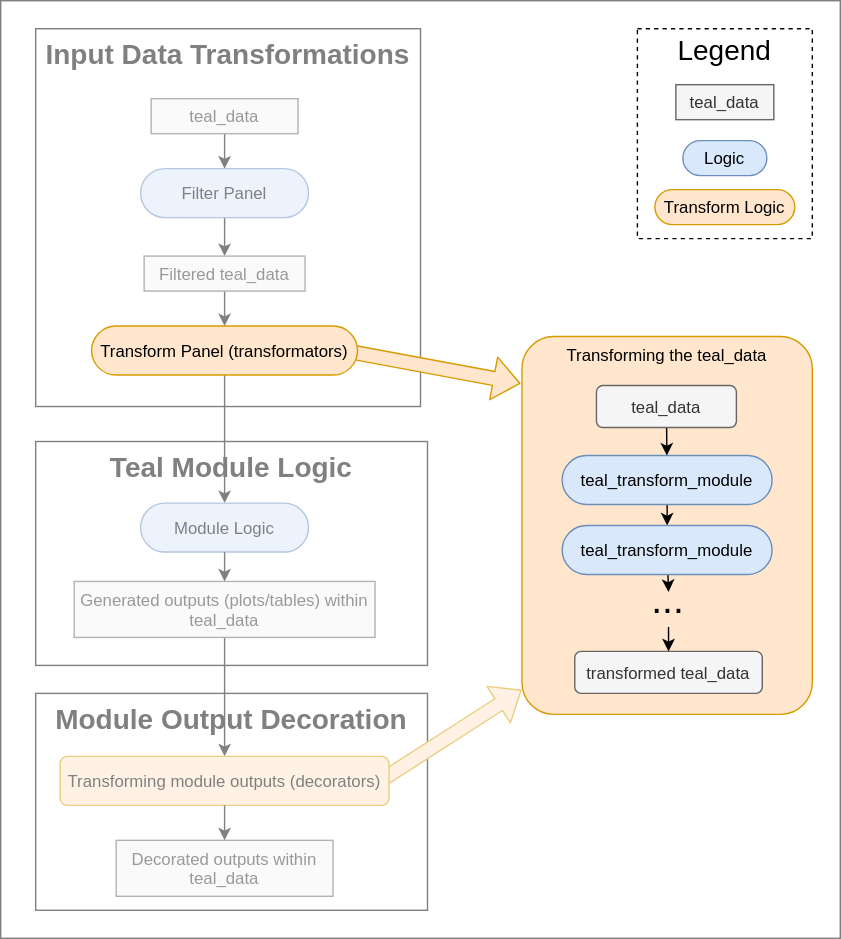
This is vignettes/images/teal-transform-module-transformators.svg from insightsengineering/teal, a draw.io export, as it was before one commit. Source tidied: cells renumbered, new cells last; positions are measured from the earlier drawing's top-left corner, leaving out a move shared by most shapes.
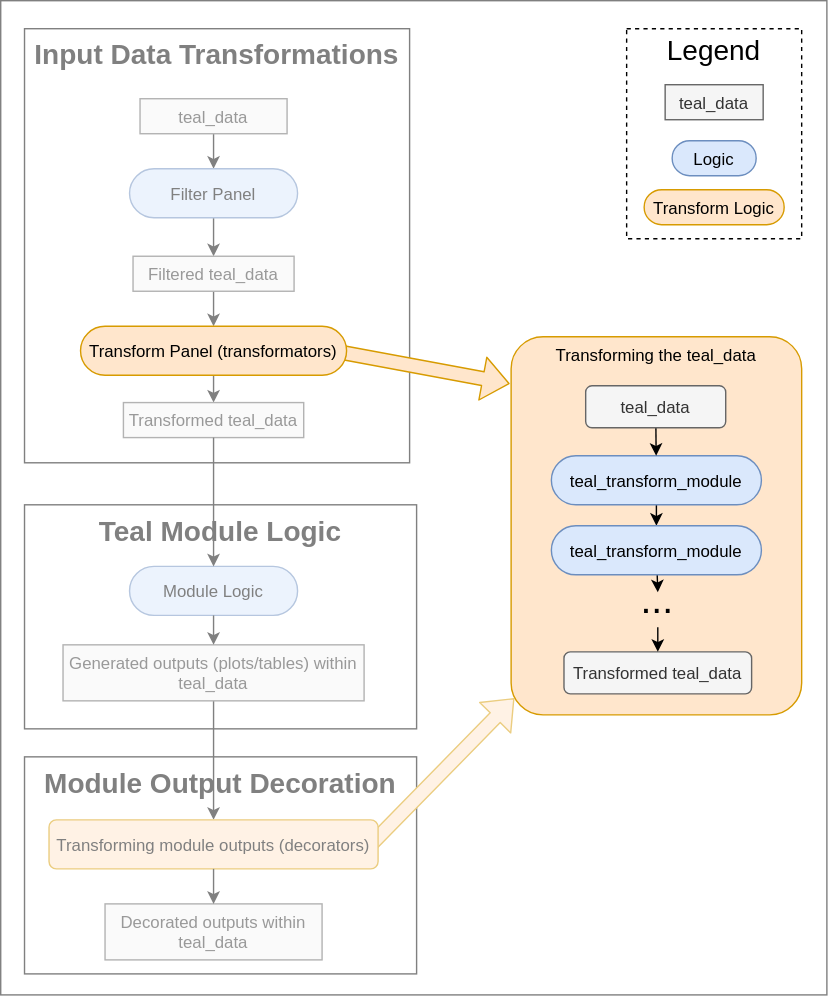
After the change.

Commit message:
docs: improve the teal_data transform diagrams

What changed in the source:
```diff
@@ -3,19 +3,18 @@
     <mxCell id="0" />
     <mxCell id="1" parent="0" />
     <mxCell id="2" value="&lt;span style=&quot;font-weight: 700; font-size: 20px;&quot;&gt;Input Data Transformations&lt;/span&gt;" style="rounded=0;whiteSpace=wrap;html=1;verticalAlign=top;fontSize=20;" parent="1" vertex="1">
-      <mxGeometry x="25" y="20" width="275" height="270" as="geometry" />
+      <mxGeometry x="25" y="20" width="275" height="310" as="geometry" />
     </mxCell>
     <mxCell id="3" value="&lt;span style=&quot;font-weight: 700; font-size: 20px;&quot;&gt;Module Output Decoration&lt;/span&gt;" style="rounded=0;whiteSpace=wrap;html=1;verticalAlign=top;fontSize=20;" parent="1" vertex="1">
-      <mxGeometry x="25" y="495" width="280" height="155" as="geometry" />
+      <mxGeometry x="25" y="540" width="280" height="155" as="geometry" />
     </mxCell>
-    <mxCell id="4" style="shape=flexArrow;endArrow=classic;html=1;strokeColor=#d79b00;fontSize=20;fillColor=#ffe6cc;entryX=-0.001;entryY=0.899;entryDx=0;entryDy=0;entryPerimeter=0;" parent="1" edge="1">
+    <mxCell id="4" style="shape=flexArrow;endArrow=classic;html=1;strokeColor=#d79b00;fontSize=20;fillColor=#ffe6cc;entryX=0.011;entryY=0.956;entryDx=0;entryDy=0;entryPerimeter=0;" parent="1" edge="1" target="23">
       <mxGeometry relative="1" as="geometry">
-        <mxPoint x="267.5" y="559.8" as="sourcePoint" />
-        <mxPoint x="372.3" y="492.5" as="targetPoint" />
+        <mxPoint x="267.7" y="607.4" as="sourcePoint" />
       </mxGeometry>
     </mxCell>
     <mxCell id="5" value="&lt;span style=&quot;font-weight: 700; font-size: 20px;&quot;&gt;Teal Module Logic&lt;/span&gt;" style="rounded=0;whiteSpace=wrap;html=1;verticalAlign=top;fontSize=20;" parent="1" vertex="1">
-      <mxGeometry x="25" y="315" width="280" height="160" as="geometry" />
+      <mxGeometry x="25" y="360" width="280" height="160" as="geometry" />
     </mxCell>
     <mxCell id="6" style="endArrow=classic;html=1;" parent="1" edge="1" source="11" target="12">
       <mxGeometry relative="1" as="geometry" />
@@ -28,7 +27,7 @@
         <mxPoint x="160" y="232.5" as="targetPoint" />
       </mxGeometry>
     </mxCell>
-    <mxCell id="9" style="endArrow=classic;html=1;" parent="1" edge="1" target="14">
+    <mxCell id="9" style="endArrow=classic;html=1;" parent="1" edge="1" target="38">
       <mxGeometry relative="1" as="geometry">
         <mxPoint x="160" y="267.5" as="sourcePoint" />
       </mxGeometry>
@@ -46,31 +45,37 @@
       <mxGeometry x="102.5" y="182.5" width="115" height="25" as="geometry" />
     </mxCell>
     <mxCell id="14" value="Module Logic" style="rounded=1;fillColor=#dae8fc;strokeColor=#6c8ebf;arcSize=50;" parent="1" vertex="1">
-      <mxGeometry x="100" y="359" width="120" height="35" as="geometry" />
+      <mxGeometry x="100" y="404" width="120" height="35" as="geometry" />
     </mxCell>
     <mxCell id="15" value="Generated outputs (plots/tables) within&#10;teal_data" style="rounded=1;fillColor=#f5f5f5;strokeColor=#666666;fontColor=#333333;arcSize=0;" parent="1" vertex="1">
-      <mxGeometry x="52.5" y="415" width="215" height="40" as="geometry" />
+      <mxGeometry x="52.5" y="460" width="215" height="40" as="geometry" />
     </mxCell>
     <mxCell id="16" style="endArrow=classic;html=1;" parent="1" edge="1" source="14" target="15">
       <mxGeometry relative="1" as="geometry" />
     </mxCell>
     <mxCell id="17" value="Transforming module outputs (decorators)" style="rounded=1;fillColor=#ffe6cc;strokeColor=#d79b00;" parent="1" vertex="1">
-      <mxGeometry x="42.5" y="540" width="235" height="35" as="geometry" />
+      <mxGeometry x="42.5" y="585" width="235" height="35" as="geometry" />
     </mxCell>
     <mxCell id="18" value="Decorated outputs within&#10;teal_data" style="rounded=1;fillColor=#f5f5f5;strokeColor=#666666;fontColor=#333333;arcSize=0;" parent="1" vertex="1">
-      <mxGeometry x="82.5" y="600" width="155" height="40" as="geometry" />
+      <mxGeometry x="82.5" y="645" width="155" height="40" as="geometry" />
     </mxCell>
     <mxCell id="19" style="endArrow=classic;html=1;" parent="1" edge="1" source="17" target="18">
       <mxGeometry relative="1" as="geometry" />
     </mxCell>
-    <mxCell id="20" style="rounded=0;whiteSpace=wrap;html=1;fillColor=#FFFFFF;opacity=50;" parent="1" vertex="1">
-      <mxGeometry width="600" height="670" as="geometry" />
-    </mxCell>
-    <mxCell id="21" style="shape=flexArrow;endArrow=classic;html=1;strokeColor=#d79b00;fontSize=20;fillColor=#ffe6cc;entryX=-0.005;entryY=0.124;entryDx=0;entryDy=0;entryPerimeter=0;" parent="1" edge="1" target="23">
-      <mxGeometry relative="1" as="geometry">
-        <mxPoint x="245" y="250" as="sourcePoint" />
-      </mxGeometry>
-    </mxCell>
+    <mxCell id="38" value="Transformed teal_data" style="rounded=1;fillColor=#f5f5f5;strokeColor=#666666;fontColor=#333333;arcSize=0;" parent="1" vertex="1">
+      <mxGeometry x="95.6" y="287" width="128.8" height="25" as="geometry" />
+    </mxCell>
+    <mxCell id="39" style="edgeStyle=none;html=1;" parent="1" edge="1" source="38" target="14">
+      <mxGeometry relative="1" as="geometry" />
+    </mxCell>
+    <mxCell id="40" style="rounded=0;whiteSpace=wrap;html=1;fillColor=#FFFFFF;opacity=50;" parent="1" vertex="1">
+      <mxGeometry x="8" width="590" height="710" as="geometry" />
+    </mxCell>
+    <mxCell id="41" style="shape=flexArrow;endArrow=classic;html=1;strokeColor=#d79b00;fontSize=20;fillColor=#ffe6cc;entryX=-0.005;entryY=0.124;entryDx=0;entryDy=0;entryPerimeter=0;" parent="1" edge="1" target="23">
+      <mxGeometry relative="1" as="geometry">
+        <mxPoint x="245" y="250" as="sourcePoint" />
+      </mxGeometry>
+    </mxCell>
     <mxCell id="22" value="Transform Panel (transformators)" style="rounded=1;fillColor=#ffe6cc;strokeColor=#d79b00;arcSize=50;" parent="1" vertex="1">
       <mxGeometry x="65" y="232.5" width="190" height="35" as="geometry" />
     </mxCell>
@@ -95,12 +100,12 @@
     <mxCell id="29" value="teal_transform_module" style="rounded=1;fillColor=#dae8fc;strokeColor=#6c8ebf;glass=0;arcSize=50;" parent="1" vertex="1">
       <mxGeometry x="401.2" y="375" width="150" height="35" as="geometry" />
     </mxCell>
-    <mxCell id="30" value="transformed teal_data" style="rounded=1;fillColor=#f5f5f5;strokeColor=#666666;fontColor=#333333;" parent="1" vertex="1">
-      <mxGeometry x="410.2" y="465" width="134" height="30" as="geometry" />
-    </mxCell>
-    <mxCell id="31" style="edgeStyle=none;html=1;strokeColor=#000000;fontSize=28;" parent="1" edge="1" source="32" target="30">
-      <mxGeometry relative="1" as="geometry" />
-    </mxCell>
+    <mxCell id="42" value="Transformed teal_data" style="rounded=1;fillColor=#f5f5f5;strokeColor=#666666;fontColor=#333333;" parent="1" vertex="1">
+      <mxGeometry x="410.2" y="465" width="134" height="30" as="geometry" />
+    </mxCell>
+    <mxCell id="43" style="edgeStyle=none;html=1;strokeColor=#000000;fontSize=28;" parent="1" edge="1" source="32" target="42">
+      <mxGeometry relative="1" as="geometry" />
+    </mxCell>
     <mxCell id="32" value="..." style="text;html=1;strokeColor=none;fillColor=none;align=center;verticalAlign=bottom;whiteSpace=wrap;rounded=0;fontSize=28;" parent="1" vertex="1">
       <mxGeometry x="447.2" y="422.5" width="60" height="25" as="geometry" />
     </mxCell>
```
